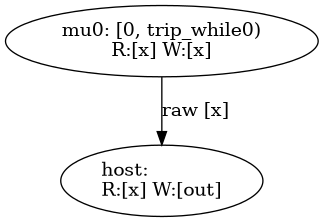
This is out/while_loop.png from Servyi-Agent/pypto-symir, a Graphviz export, as it was before one commit. Its source is kept beside it as out/while_loop.dot. The source it was exported from:
```dot
digraph {
    0 [ label = "host:\lR:[x] W:[out]" ]
    1 [ label = "mu0: [0, trip_while0)\lR:[x] W:[x]" ]
    1 -> 0 [ label = "raw [x]" ]
}
```
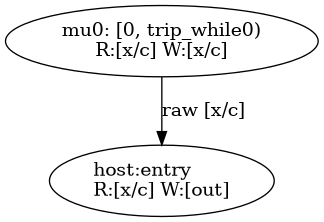
The same diagram one commit later.

What changed in the source:
```diff
@@ -1,5 +1,5 @@
 digraph {
-    0 [ label = "host:\lR:[x] W:[out]" ]
-    1 [ label = "mu0: [0, trip_while0)\lR:[x] W:[x]" ]
-    1 -> 0 [ label = "raw [x]" ]
+    0 [ label = "host:entry\lR:[x/c] W:[out]" ]
+    1 [ label = "mu0: [0, trip_while0)\lR:[x/c] W:[x/c]" ]
+    1 -> 0 [ label = "raw [x/c]" ]
 }
```
